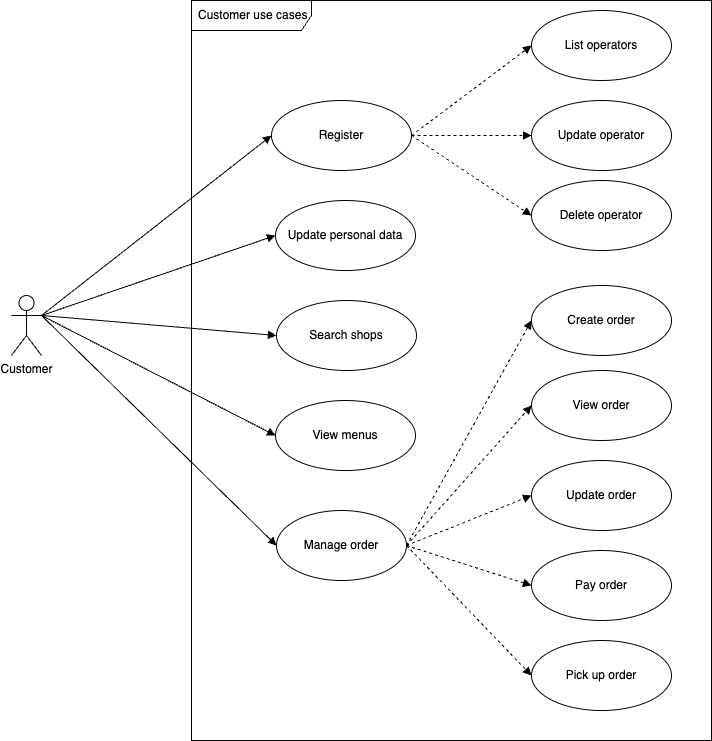
Above: solution-design/use_cases_customer.png in ngocthonguyen/digital_coffee (draw.io), before the change. Source tidied: cells renumbered, new cells last; positions are measured from the earlier drawing's top-left corner, leaving out a move shared by most shapes. Source of this version:
```xml
<mxGraphModel>
  <root>
    <mxCell id="0" />
    <mxCell id="1" parent="0" />
    <mxCell id="2" value="Customer use cases" style="shape=umlFrame;whiteSpace=wrap;html=1;width=120;height=30;boundedLbl=1;verticalAlign=middle;align=left;spacingLeft=5;" parent="1" vertex="1">
      <mxGeometry x="180" width="520" height="740" as="geometry" />
    </mxCell>
    <mxCell id="3" value="Customer&lt;div&gt;&lt;br&gt;&lt;/div&gt;" style="shape=umlActor;verticalLabelPosition=bottom;verticalAlign=top;html=1;outlineConnect=0;" parent="1" vertex="1">
      <mxGeometry y="295" width="30" height="60" as="geometry" />
    </mxCell>
    <mxCell id="4" value="Manage order" style="ellipse;whiteSpace=wrap;html=1;" parent="1" vertex="1">
      <mxGeometry x="265" y="510" width="130" height="70" as="geometry" />
    </mxCell>
    <mxCell id="5" style="edgeStyle=orthogonalEdgeStyle;rounded=0;orthogonalLoop=1;jettySize=auto;html=1;exitX=0.5;exitY=1;exitDx=0;exitDy=0;" parent="1" edge="1" source="4" target="4">
      <mxGeometry relative="1" as="geometry" />
    </mxCell>
    <mxCell id="6" value="Register" style="ellipse;whiteSpace=wrap;html=1;" parent="1" vertex="1">
      <mxGeometry x="260" y="100" width="140" height="70" as="geometry" />
    </mxCell>
    <mxCell id="7" value="Update personal data" style="ellipse;whiteSpace=wrap;html=1;" parent="1" vertex="1">
      <mxGeometry x="264" y="200" width="140" height="70" as="geometry" />
    </mxCell>
    <mxCell id="8" style="html=1;verticalAlign=bottom;labelBackgroundColor=none;endArrow=block;endFill=1;rounded=0;entryX=0;entryY=0.5;entryDx=0;entryDy=0;exitX=1;exitY=0.3333333333333333;exitDx=0;exitDy=0;exitPerimeter=0;" parent="1" edge="1" source="3" target="6">
      <mxGeometry relative="1" as="geometry" />
    </mxCell>
    <mxCell id="9" style="html=1;verticalAlign=bottom;labelBackgroundColor=none;endArrow=block;endFill=1;rounded=0;entryX=0;entryY=0.5;entryDx=0;entryDy=0;exitX=1;exitY=0.3333333333333333;exitDx=0;exitDy=0;exitPerimeter=0;" parent="1" edge="1" source="3" target="7">
      <mxGeometry relative="1" as="geometry" />
    </mxCell>
    <mxCell id="10" style="html=1;verticalAlign=bottom;labelBackgroundColor=none;endArrow=block;endFill=1;rounded=0;entryX=0;entryY=0.5;entryDx=0;entryDy=0;exitX=1;exitY=0.3333333333333333;exitDx=0;exitDy=0;exitPerimeter=0;" parent="1" edge="1" source="3" target="4">
      <mxGeometry relative="1" as="geometry" />
    </mxCell>
    <mxCell id="11" value="List operators" style="ellipse;whiteSpace=wrap;html=1;" parent="1" vertex="1">
      <mxGeometry x="520" y="10" width="140" height="70" as="geometry" />
    </mxCell>
    <mxCell id="12" value="Update operator&lt;span style=&quot;color: rgba(0, 0, 0, 0); font-family: monospace; font-size: 0px; text-align: start;&quot;&gt;%3CmxGraphModel%3E%3Croot%3E%3CmxCell%20id%3D%220%22%2F%3E%3CmxCell%20id%3D%221%22%20parent%3D%220%22%2F%3E%3CmxCell%20id%3D%222%22%20value%3D%22List%20operators%22%20style%3D%22ellipse%3BwhiteSpace%3Dwrap%3Bhtml%3D1%3B%22%20vertex%3D%221%22%20parent%3D%221%22%3E%3CmxGeometry%20x%3D%22580%22%20y%3D%2280%22%20width%3D%22140%22%20height%3D%2270%22%20as%3D%22geometry%22%2F%3E%3C%2FmxCell%3E%3C%2Froot%3E%3C%2FmxGraphModel%3E&lt;/span&gt;" style="ellipse;whiteSpace=wrap;html=1;" parent="1" vertex="1">
      <mxGeometry x="520" y="100" width="140" height="70" as="geometry" />
    </mxCell>
    <mxCell id="13" value="Delete&amp;nbsp;operator&lt;span style=&quot;color: rgba(0, 0, 0, 0); font-family: monospace; font-size: 0px; text-align: start;&quot;&gt;%3CmxGraphModel%3E%3Croot%3E%3CmxCell%20id%3D%220%22%2F%3E%3CmxCell%20id%3D%221%22%20parent%3D%220%22%2F%3E%3CmxCell%20id%3D%222%22%20value%3D%22List%20operators%22%20style%3D%22ellipse%3BwhiteSpace%3Dwrap%3Bhtml%3D1%3B%22%20vertex%3D%221%22%20parent%3D%221%22%3E%3CmxGeometry%20x%3D%22580%22%20y%3D%2280%22%20width%3D%22140%22%20height%3D%2270%22%20as%3D%22geometry%22%2F%3E%3C%2FmxCell%3E%3C%2Froot%3E%3C%2FmxGraphModel%3E&lt;/span&gt;" style="ellipse;whiteSpace=wrap;html=1;" parent="1" vertex="1">
      <mxGeometry x="520" y="180" width="140" height="70" as="geometry" />
    </mxCell>
    <mxCell id="14" style="html=1;verticalAlign=bottom;labelBackgroundColor=none;endArrow=block;endFill=1;dashed=1;rounded=0;exitX=1;exitY=0.5;exitDx=0;exitDy=0;entryX=0;entryY=0.5;entryDx=0;entryDy=0;" parent="1" edge="1" source="6" target="11">
      <mxGeometry relative="1" as="geometry" />
    </mxCell>
    <mxCell id="15" style="html=1;verticalAlign=bottom;labelBackgroundColor=none;endArrow=block;endFill=1;dashed=1;rounded=0;exitX=1;exitY=0.5;exitDx=0;exitDy=0;entryX=0;entryY=0.5;entryDx=0;entryDy=0;" parent="1" edge="1" source="6" target="12">
      <mxGeometry relative="1" as="geometry" />
    </mxCell>
    <mxCell id="16" style="html=1;verticalAlign=bottom;labelBackgroundColor=none;endArrow=block;endFill=1;dashed=1;rounded=0;exitX=1;exitY=0.5;exitDx=0;exitDy=0;entryX=0;entryY=0.5;entryDx=0;entryDy=0;" parent="1" edge="1" source="6" target="13">
      <mxGeometry relative="1" as="geometry" />
    </mxCell>
    <mxCell id="17" value="Pick up order" style="ellipse;whiteSpace=wrap;html=1;" parent="1" vertex="1">
      <mxGeometry x="520" y="640" width="140" height="70" as="geometry" />
    </mxCell>
    <mxCell id="18" value="Pay order" style="ellipse;whiteSpace=wrap;html=1;" parent="1" vertex="1">
      <mxGeometry x="520" y="550" width="140" height="70" as="geometry" />
    </mxCell>
    <mxCell id="19" value="View order" style="ellipse;whiteSpace=wrap;html=1;" parent="1" vertex="1">
      <mxGeometry x="520" y="370" width="140" height="70" as="geometry" />
    </mxCell>
    <mxCell id="20" value="Create order" style="ellipse;whiteSpace=wrap;html=1;" parent="1" vertex="1">
      <mxGeometry x="520" y="285" width="140" height="70" as="geometry" />
    </mxCell>
    <mxCell id="21" style="html=1;verticalAlign=bottom;labelBackgroundColor=none;endArrow=block;endFill=1;dashed=1;rounded=0;entryX=0;entryY=0.5;entryDx=0;entryDy=0;exitX=1;exitY=0.5;exitDx=0;exitDy=0;" parent="1" edge="1" source="4" target="20">
      <mxGeometry relative="1" as="geometry" />
    </mxCell>
    <mxCell id="22" style="html=1;verticalAlign=bottom;labelBackgroundColor=none;endArrow=block;endFill=1;dashed=1;rounded=0;exitX=1;exitY=0.5;exitDx=0;exitDy=0;entryX=0;entryY=0.5;entryDx=0;entryDy=0;" parent="1" edge="1" source="4" target="19">
      <mxGeometry relative="1" as="geometry" />
    </mxCell>
    <mxCell id="23" style="html=1;verticalAlign=bottom;labelBackgroundColor=none;endArrow=block;endFill=1;dashed=1;rounded=0;entryX=0;entryY=0.5;entryDx=0;entryDy=0;exitX=1;exitY=0.5;exitDx=0;exitDy=0;" parent="1" edge="1" source="4" target="18">
      <mxGeometry relative="1" as="geometry" />
    </mxCell>
    <mxCell id="24" style="html=1;verticalAlign=bottom;labelBackgroundColor=none;endArrow=block;endFill=1;dashed=1;rounded=0;exitX=1;exitY=0.5;exitDx=0;exitDy=0;entryX=0;entryY=0.5;entryDx=0;entryDy=0;" parent="1" edge="1" source="4" target="17">
      <mxGeometry relative="1" as="geometry" />
    </mxCell>
    <mxCell id="25" value="View menus" style="ellipse;whiteSpace=wrap;html=1;" parent="1" vertex="1">
      <mxGeometry x="264" y="400" width="140" height="70" as="geometry" />
    </mxCell>
    <mxCell id="26" value="Search shops" style="ellipse;whiteSpace=wrap;html=1;" parent="1" vertex="1">
      <mxGeometry x="265" y="300" width="140" height="70" as="geometry" />
    </mxCell>
    <mxCell id="27" style="html=1;verticalAlign=bottom;labelBackgroundColor=none;endArrow=block;endFill=1;rounded=0;entryX=0;entryY=0.5;entryDx=0;entryDy=0;exitX=1;exitY=0.3333333333333333;exitDx=0;exitDy=0;exitPerimeter=0;" parent="1" edge="1" source="3" target="26">
      <mxGeometry relative="1" as="geometry" />
    </mxCell>
    <mxCell id="28" style="html=1;verticalAlign=bottom;labelBackgroundColor=none;endArrow=block;endFill=1;rounded=0;entryX=0;entryY=0.5;entryDx=0;entryDy=0;exitX=1;exitY=0.3333333333333333;exitDx=0;exitDy=0;exitPerimeter=0;" parent="1" edge="1" source="3" target="25">
      <mxGeometry relative="1" as="geometry" />
    </mxCell>
    <mxCell id="29" value="Update order" style="ellipse;whiteSpace=wrap;html=1;" parent="1" vertex="1">
      <mxGeometry x="520" y="460" width="140" height="70" as="geometry" />
    </mxCell>
    <mxCell id="30" style="html=1;verticalAlign=bottom;labelBackgroundColor=none;endArrow=block;endFill=1;dashed=1;rounded=0;entryX=0;entryY=0.5;entryDx=0;entryDy=0;exitX=1;exitY=0.5;exitDx=0;exitDy=0;" parent="1" edge="1" source="4" target="29">
      <mxGeometry relative="1" as="geometry" />
    </mxCell>
  </root>
</mxGraphModel>
```
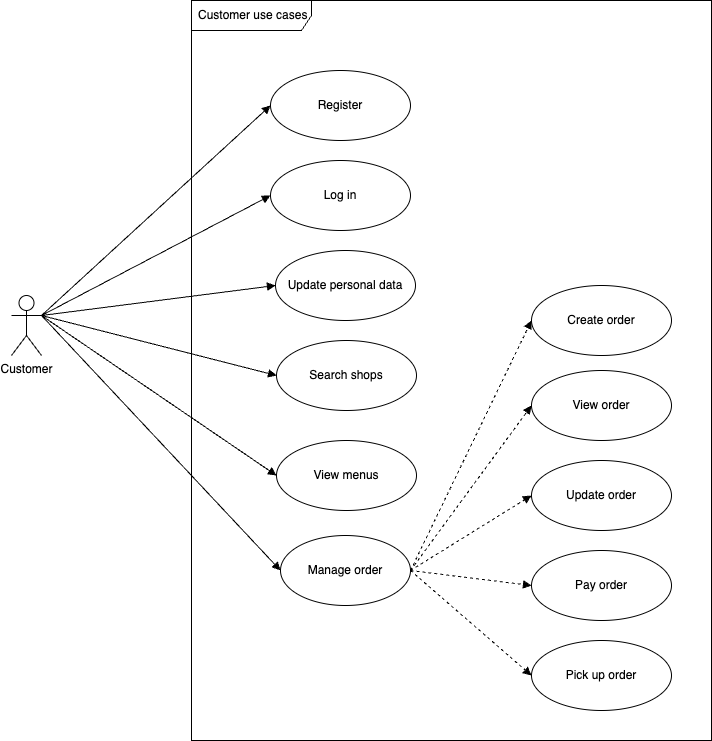
After the change.

The edit, as a diff of the source:
```diff
@@ -9,16 +9,16 @@
       <mxGeometry y="295" width="30" height="60" as="geometry" />
     </mxCell>
     <mxCell id="4" value="Manage order" style="ellipse;whiteSpace=wrap;html=1;" parent="1" vertex="1">
-      <mxGeometry x="265" y="510" width="130" height="70" as="geometry" />
+      <mxGeometry x="269" y="535" width="130" height="70" as="geometry" />
     </mxCell>
     <mxCell id="5" style="edgeStyle=orthogonalEdgeStyle;rounded=0;orthogonalLoop=1;jettySize=auto;html=1;exitX=0.5;exitY=1;exitDx=0;exitDy=0;" parent="1" edge="1" source="4" target="4">
       <mxGeometry relative="1" as="geometry" />
     </mxCell>
     <mxCell id="6" value="Register" style="ellipse;whiteSpace=wrap;html=1;" parent="1" vertex="1">
-      <mxGeometry x="260" y="100" width="140" height="70" as="geometry" />
+      <mxGeometry x="259" y="70" width="140" height="70" as="geometry" />
     </mxCell>
     <mxCell id="7" value="Update personal data" style="ellipse;whiteSpace=wrap;html=1;" parent="1" vertex="1">
-      <mxGeometry x="264" y="200" width="140" height="70" as="geometry" />
+      <mxGeometry x="264" y="250" width="140" height="70" as="geometry" />
     </mxCell>
     <mxCell id="8" style="html=1;verticalAlign=bottom;labelBackgroundColor=none;endArrow=block;endFill=1;rounded=0;entryX=0;entryY=0.5;entryDx=0;entryDy=0;exitX=1;exitY=0.3333333333333333;exitDx=0;exitDy=0;exitPerimeter=0;" parent="1" edge="1" source="3" target="6">
       <mxGeometry relative="1" as="geometry" />
@@ -29,24 +29,6 @@
     <mxCell id="10" style="html=1;verticalAlign=bottom;labelBackgroundColor=none;endArrow=block;endFill=1;rounded=0;entryX=0;entryY=0.5;entryDx=0;entryDy=0;exitX=1;exitY=0.3333333333333333;exitDx=0;exitDy=0;exitPerimeter=0;" parent="1" edge="1" source="3" target="4">
       <mxGeometry relative="1" as="geometry" />
     </mxCell>
-    <mxCell id="11" value="List operators" style="ellipse;whiteSpace=wrap;html=1;" parent="1" vertex="1">
-      <mxGeometry x="520" y="10" width="140" height="70" as="geometry" />
-    </mxCell>
-    <mxCell id="12" value="Update operator&lt;span style=&quot;color: rgba(0, 0, 0, 0); font-family: monospace; font-size: 0px; text-align: start;&quot;&gt;%3CmxGraphModel%3E%3Croot%3E%3CmxCell%20id%3D%220%22%2F%3E%3CmxCell%20id%3D%221%22%20parent%3D%220%22%2F%3E%3CmxCell%20id%3D%222%22%20value%3D%22List%20operators%22%20style%3D%22ellipse%3BwhiteSpace%3Dwrap%3Bhtml%3D1%3B%22%20vertex%3D%221%22%20parent%3D%221%22%3E%3CmxGeometry%20x%3D%22580%22%20y%3D%2280%22%20width%3D%22140%22%20height%3D%2270%22%20as%3D%22geometry%22%2F%3E%3C%2FmxCell%3E%3C%2Froot%3E%3C%2FmxGraphModel%3E&lt;/span&gt;" style="ellipse;whiteSpace=wrap;html=1;" parent="1" vertex="1">
-      <mxGeometry x="520" y="100" width="140" height="70" as="geometry" />
-    </mxCell>
-    <mxCell id="13" value="Delete&amp;nbsp;operator&lt;span style=&quot;color: rgba(0, 0, 0, 0); font-family: monospace; font-size: 0px; text-align: start;&quot;&gt;%3CmxGraphModel%3E%3Croot%3E%3CmxCell%20id%3D%220%22%2F%3E%3CmxCell%20id%3D%221%22%20parent%3D%220%22%2F%3E%3CmxCell%20id%3D%222%22%20value%3D%22List%20operators%22%20style%3D%22ellipse%3BwhiteSpace%3Dwrap%3Bhtml%3D1%3B%22%20vertex%3D%221%22%20parent%3D%221%22%3E%3CmxGeometry%20x%3D%22580%22%20y%3D%2280%22%20width%3D%22140%22%20height%3D%2270%22%20as%3D%22geometry%22%2F%3E%3C%2FmxCell%3E%3C%2Froot%3E%3C%2FmxGraphModel%3E&lt;/span&gt;" style="ellipse;whiteSpace=wrap;html=1;" parent="1" vertex="1">
-      <mxGeometry x="520" y="180" width="140" height="70" as="geometry" />
-    </mxCell>
-    <mxCell id="14" style="html=1;verticalAlign=bottom;labelBackgroundColor=none;endArrow=block;endFill=1;dashed=1;rounded=0;exitX=1;exitY=0.5;exitDx=0;exitDy=0;entryX=0;entryY=0.5;entryDx=0;entryDy=0;" parent="1" edge="1" source="6" target="11">
-      <mxGeometry relative="1" as="geometry" />
-    </mxCell>
-    <mxCell id="15" style="html=1;verticalAlign=bottom;labelBackgroundColor=none;endArrow=block;endFill=1;dashed=1;rounded=0;exitX=1;exitY=0.5;exitDx=0;exitDy=0;entryX=0;entryY=0.5;entryDx=0;entryDy=0;" parent="1" edge="1" source="6" target="12">
-      <mxGeometry relative="1" as="geometry" />
-    </mxCell>
-    <mxCell id="16" style="html=1;verticalAlign=bottom;labelBackgroundColor=none;endArrow=block;endFill=1;dashed=1;rounded=0;exitX=1;exitY=0.5;exitDx=0;exitDy=0;entryX=0;entryY=0.5;entryDx=0;entryDy=0;" parent="1" edge="1" source="6" target="13">
-      <mxGeometry relative="1" as="geometry" />
-    </mxCell>
     <mxCell id="17" value="Pick up order" style="ellipse;whiteSpace=wrap;html=1;" parent="1" vertex="1">
       <mxGeometry x="520" y="640" width="140" height="70" as="geometry" />
     </mxCell>
@@ -72,10 +54,10 @@
       <mxGeometry relative="1" as="geometry" />
     </mxCell>
     <mxCell id="25" value="View menus" style="ellipse;whiteSpace=wrap;html=1;" parent="1" vertex="1">
-      <mxGeometry x="264" y="400" width="140" height="70" as="geometry" />
+      <mxGeometry x="265" y="440" width="140" height="70" as="geometry" />
     </mxCell>
     <mxCell id="26" value="Search shops" style="ellipse;whiteSpace=wrap;html=1;" parent="1" vertex="1">
-      <mxGeometry x="265" y="300" width="140" height="70" as="geometry" />
+      <mxGeometry x="265" y="340" width="140" height="70" as="geometry" />
     </mxCell>
     <mxCell id="27" style="html=1;verticalAlign=bottom;labelBackgroundColor=none;endArrow=block;endFill=1;rounded=0;entryX=0;entryY=0.5;entryDx=0;entryDy=0;exitX=1;exitY=0.3333333333333333;exitDx=0;exitDy=0;exitPerimeter=0;" parent="1" edge="1" source="3" target="26">
       <mxGeometry relative="1" as="geometry" />
@@ -89,5 +71,11 @@
     <mxCell id="30" style="html=1;verticalAlign=bottom;labelBackgroundColor=none;endArrow=block;endFill=1;dashed=1;rounded=0;entryX=0;entryY=0.5;entryDx=0;entryDy=0;exitX=1;exitY=0.5;exitDx=0;exitDy=0;" parent="1" edge="1" source="4" target="29">
       <mxGeometry relative="1" as="geometry" />
     </mxCell>
+    <mxCell id="31" value="Log in" style="ellipse;whiteSpace=wrap;html=1;" parent="1" vertex="1">
+      <mxGeometry x="259" y="160" width="140" height="70" as="geometry" />
+    </mxCell>
+    <mxCell id="32" style="html=1;verticalAlign=bottom;labelBackgroundColor=none;endArrow=block;endFill=1;rounded=0;entryX=0;entryY=0.5;entryDx=0;entryDy=0;exitX=1;exitY=0.3333333333333333;exitDx=0;exitDy=0;exitPerimeter=0;" parent="1" edge="1" source="3" target="31">
+      <mxGeometry relative="1" as="geometry" />
+    </mxCell>
   </root>
 </mxGraphModel>
```
